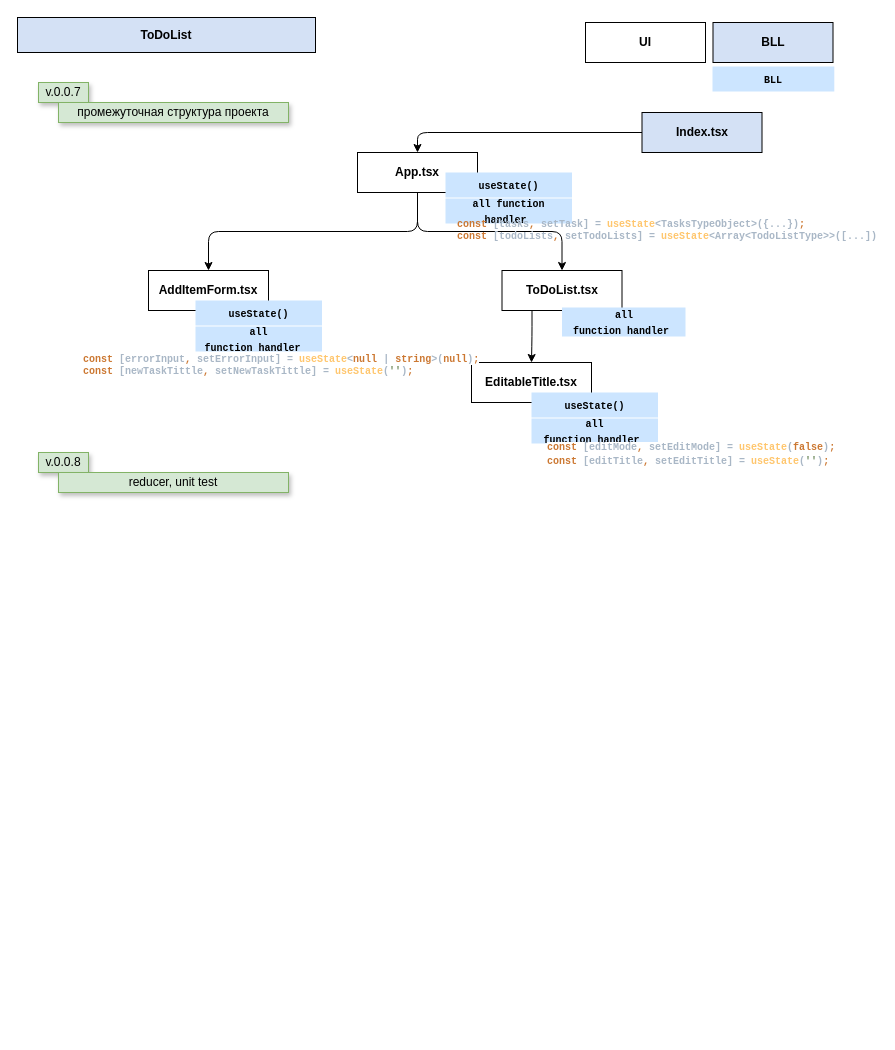
This is ToDoList.drawio from AndrosovMA/ToDoList, a draw.io file, before an edit. Source tidied: cells renumbered, new cells numbered last; positions are measured from the earlier drawing's top-left corner, leaving out a move shared by most shapes. Both pictures are drawn from the tidied source at 100%, with x=0, y=0 at pixel (17, 17).
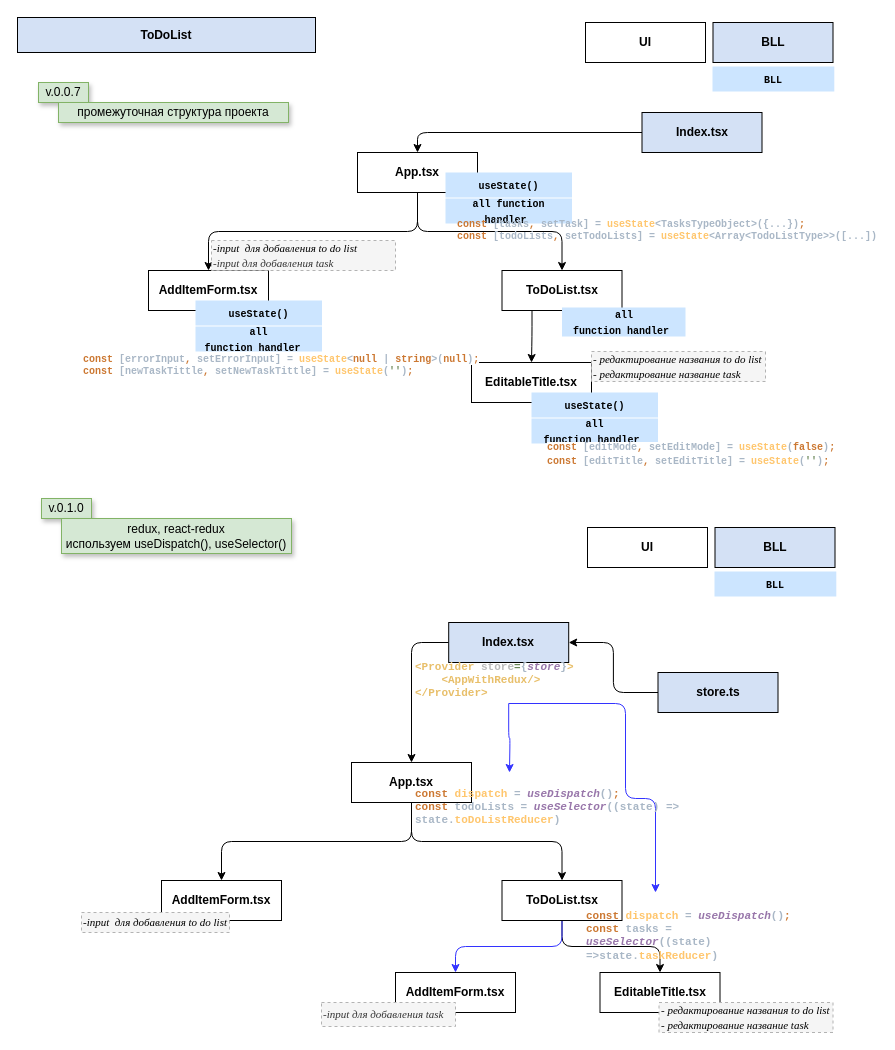
The same page after the edit.

The edit, as a diff of the source:
```diff
@@
-    <mxCell id="28" value="v.0.0.8" style="text;html=1;strokeColor=#82b366;fillColor=#d5e8d4;align=center;verticalAlign=middle;whiteSpace=wrap;rounded=0;glass=0;shadow=1;" parent="1" vertex="1">
-      <mxGeometry x="21" y="435" width="50" height="20" as="geometry" />
+    <mxCell id="28" value="v.0.1.0" style="text;html=1;strokeColor=#82b366;fillColor=#d5e8d4;align=center;verticalAlign=middle;whiteSpace=wrap;rounded=0;glass=0;shadow=1;" parent="1" vertex="1">
+      <mxGeometry x="24" y="481" width="50" height="20" as="geometry" />
     </mxCell>
-    <mxCell id="29" value="reducer, unit test" style="text;html=1;strokeColor=#82b366;fillColor=#D5E8D4;align=center;verticalAlign=middle;whiteSpace=wrap;rounded=0;glass=0;shadow=1;" parent="1" vertex="1">
-      <mxGeometry x="41" y="455" width="230" height="20" as="geometry" />
+    <mxCell id="29" value="redux, react-redux&lt;br&gt;используем useDispatch(), useSelector()" style="text;html=1;strokeColor=#82b366;fillColor=#D5E8D4;align=center;verticalAlign=middle;whiteSpace=wrap;rounded=0;glass=0;shadow=1;" parent="1" vertex="1">
+      <mxGeometry x="44" y="501" width="230" height="35" as="geometry" />
     </mxCell>
@@
+    <mxCell id="33" value="&lt;i style=&quot;font-size: 11px&quot;&gt;&lt;font color=&quot;#000000&quot;&gt;-input&amp;nbsp; для добавления to do list&lt;br&gt;&lt;/font&gt;-input для добавления task&lt;br&gt;&lt;/i&gt;" style="rounded=0;whiteSpace=wrap;html=1;shadow=0;strokeColor=#B3B3B3;fillColor=#f5f5f5;fontColor=#333333;dashed=1;align=left;fontFamily=Times New Roman;fontStyle=0;" parent="1" vertex="1">
+      <mxGeometry x="194" y="223" width="184" height="30" as="geometry" />
+    </mxCell>
+    <mxCell id="34" value="&lt;i style=&quot;font-size: 11px&quot;&gt;&lt;font color=&quot;#000000&quot;&gt;- редактирование названия to do list&lt;br&gt;- редактирование название task&lt;/font&gt;&lt;br&gt;&lt;/i&gt;" style="rounded=0;whiteSpace=wrap;html=1;shadow=0;strokeColor=#B3B3B3;fillColor=#f5f5f5;fontColor=#333333;dashed=1;align=left;fontFamily=Times New Roman;fontStyle=0;" parent="1" vertex="1">
+      <mxGeometry x="574" y="334" width="174" height="30" as="geometry" />
+    </mxCell>
+    <mxCell id="35" style="edgeStyle=orthogonalEdgeStyle;rounded=1;jettySize=auto;html=1;exitX=0.5;exitY=1;exitDx=0;exitDy=0;entryX=0.5;entryY=0;entryDx=0;entryDy=0;" parent="1" edge="1" source="37" target="38">
+      <mxGeometry relative="1" as="geometry" />
+    </mxCell>
+    <mxCell id="36" style="edgeStyle=orthogonalEdgeStyle;rounded=1;jettySize=auto;html=1;exitX=0.5;exitY=1;exitDx=0;exitDy=0;entryX=0.5;entryY=0;entryDx=0;entryDy=0;" parent="1" edge="1" source="37" target="44">
+      <mxGeometry relative="1" as="geometry" />
+    </mxCell>
+    <mxCell id="37" value="&lt;b&gt;App.tsx&lt;/b&gt;" style="rounded=0;whiteSpace=wrap;html=1;fillColor=#FFFFFF;" parent="1" vertex="1">
+      <mxGeometry x="334" y="745" width="120" height="40" as="geometry" />
+    </mxCell>
+    <mxCell id="38" value="&lt;b&gt;AddItemForm.tsx&lt;/b&gt;" style="rounded=0;whiteSpace=wrap;html=1;fillColor=#FFFFFF;" parent="1" vertex="1">
+      <mxGeometry x="144" y="863" width="120" height="40" as="geometry" />
+    </mxCell>
+    <mxCell id="39" value="&lt;b&gt;EditableTitle.tsx&lt;/b&gt;" style="rounded=0;whiteSpace=wrap;html=1;fillColor=#FFFFFF;" parent="1" vertex="1">
+      <mxGeometry x="582.5" y="955" width="120" height="40" as="geometry" />
+    </mxCell>
+    <mxCell id="40" style="edgeStyle=orthogonalEdgeStyle;rounded=1;jettySize=auto;html=1;exitX=0;exitY=0.5;exitDx=0;exitDy=0;entryX=0.5;entryY=0;entryDx=0;entryDy=0;" parent="1" edge="1" source="41" target="37">
+      <mxGeometry relative="1" as="geometry" />
+    </mxCell>
+    <mxCell id="41" value="&lt;b&gt;Index.tsx&lt;/b&gt;" style="rounded=0;whiteSpace=wrap;html=1;fillColor=#D4E1F5;shadow=0;strokeColor=#000000;" parent="1" vertex="1">
+      <mxGeometry x="431.2" y="605" width="120" height="40" as="geometry" />
+    </mxCell>
+    <mxCell id="42" style="edgeStyle=orthogonalEdgeStyle;rounded=1;jettySize=auto;html=1;exitX=0.5;exitY=1;exitDx=0;exitDy=0;entryX=0.5;entryY=0;entryDx=0;entryDy=0;" parent="1" edge="1" source="44" target="39">
+      <mxGeometry relative="1" as="geometry" />
+    </mxCell>
+    <mxCell id="43" style="edgeStyle=orthogonalEdgeStyle;rounded=1;jettySize=auto;html=1;exitX=0.5;exitY=1;exitDx=0;exitDy=0;entryX=0.5;entryY=0;entryDx=0;entryDy=0;fontSize=11;strokeColor=#3333FF;" parent="1" edge="1" source="44" target="57">
+      <mxGeometry relative="1" as="geometry" />
+    </mxCell>
+    <mxCell id="44" value="&lt;b&gt;ToDoList.tsx&lt;/b&gt;" style="rounded=0;whiteSpace=wrap;html=1;fillColor=#FFFFFF;" parent="1" vertex="1">
+      <mxGeometry x="484.5" y="863" width="120" height="40" as="geometry" />
+    </mxCell>
+    <mxCell id="45" value="&lt;b&gt;BLL&lt;/b&gt;" style="rounded=0;whiteSpace=wrap;html=1;fillColor=#D4E1F5;shadow=0;strokeColor=#000000;" parent="1" vertex="1">
+      <mxGeometry x="697.5" y="510" width="120" height="40" as="geometry" />
+    </mxCell>
+    <mxCell id="46" value="&lt;b&gt;UI&lt;/b&gt;" style="rounded=0;whiteSpace=wrap;html=1;fillColor=#FFFFFF;strokeColor=#000000;" parent="1" vertex="1">
+      <mxGeometry x="570" y="510" width="120" height="40" as="geometry" />
+    </mxCell>
+    <mxCell id="47" value="&lt;font face=&quot;jetbrains mono, monospace&quot;&gt;&lt;span style=&quot;font-size: 10px&quot;&gt;&lt;b&gt;BLL&lt;/b&gt;&lt;/span&gt;&lt;/font&gt;" style="rounded=0;whiteSpace=wrap;html=1;shadow=0;strokeColor=none;fillColor=#CCE5FF;" parent="1" vertex="1">
+      <mxGeometry x="697" y="554" width="121.8" height="25" as="geometry" />
+    </mxCell>
+    <mxCell id="48" value="&lt;i style=&quot;font-size: 11px&quot;&gt;&lt;font color=&quot;#000000&quot;&gt;-input&amp;nbsp; для добавления to do list&lt;/font&gt;&lt;br&gt;&lt;/i&gt;" style="rounded=0;whiteSpace=wrap;html=1;shadow=0;strokeColor=#B3B3B3;fillColor=#f5f5f5;fontColor=#333333;dashed=1;align=left;fontFamily=Times New Roman;fontStyle=0;" parent="1" vertex="1">
+      <mxGeometry x="64" y="895" width="148" height="20" as="geometry" />
+    </mxCell>
+    <mxCell id="49" value="&lt;i style=&quot;font-size: 11px&quot;&gt;&lt;font color=&quot;#000000&quot;&gt;- редактирование названия to do list&lt;br&gt;- редактирование название task&lt;/font&gt;&lt;br&gt;&lt;/i&gt;" style="rounded=0;whiteSpace=wrap;html=1;shadow=0;strokeColor=#B3B3B3;fillColor=#f5f5f5;fontColor=#333333;dashed=1;align=left;fontFamily=Times New Roman;fontStyle=0;" parent="1" vertex="1">
+      <mxGeometry x="641.5" y="985" width="174" height="30" as="geometry" />
+    </mxCell>
+    <mxCell id="50" style="edgeStyle=orthogonalEdgeStyle;rounded=1;jettySize=auto;html=1;exitX=0;exitY=0.5;exitDx=0;exitDy=0;entryX=1;entryY=0.5;entryDx=0;entryDy=0;" parent="1" edge="1" source="51" target="41">
+      <mxGeometry relative="1" as="geometry" />
+    </mxCell>
+    <mxCell id="51" value="&lt;b&gt;store.ts&lt;/b&gt;" style="rounded=0;whiteSpace=wrap;html=1;fillColor=#D4E1F5;shadow=0;strokeColor=#000000;" parent="1" vertex="1">
+      <mxGeometry x="640.5" y="655" width="120" height="40" as="geometry" />
+    </mxCell>
+    <mxCell id="52" style="edgeStyle=orthogonalEdgeStyle;rounded=1;jettySize=auto;html=1;exitX=0.5;exitY=1;exitDx=0;exitDy=0;fontSize=11;strokeColor=#3333FF;" parent="1" edge="1" source="54">
+      <mxGeometry relative="1" as="geometry">
+        <mxPoint x="492" y="755" as="targetPoint" />
+      </mxGeometry>
+    </mxCell>
+    <mxCell id="53" style="edgeStyle=orthogonalEdgeStyle;rounded=1;jettySize=auto;html=1;exitX=0.5;exitY=1;exitDx=0;exitDy=0;fontSize=11;strokeColor=#3333FF;" parent="1" edge="1" source="54" target="56">
+      <mxGeometry relative="1" as="geometry">
+        <Array as="points">
+          <mxPoint x="608" y="686" />
+          <mxPoint x="608" y="781" />
+          <mxPoint x="638" y="781" />
+        </Array>
+      </mxGeometry>
+    </mxCell>
+    <mxCell id="54" value="&lt;pre style=&quot;color: rgb(169 , 183 , 198) ; font-family: &amp;#34;jetbrains mono&amp;#34; , monospace ; font-size: 11px&quot;&gt;&lt;b&gt;&lt;span style=&quot;color: rgb(232 , 191 , 106)&quot;&gt;&amp;lt;Provider &lt;/span&gt;&lt;span style=&quot;color: rgb(186 , 186 , 186)&quot;&gt;store&lt;/span&gt;&lt;span style=&quot;color: rgb(106 , 135 , 89)&quot;&gt;=&lt;/span&gt;{&lt;span style=&quot;color: rgb(152 , 118 , 170) ; font-style: italic&quot;&gt;store&lt;/span&gt;}&lt;span style=&quot;color: rgb(232 , 191 , 106)&quot;&gt;&amp;gt;&lt;br&gt;&lt;/span&gt;&lt;span style=&quot;color: rgb(232 , 191 , 106)&quot;&gt;    &amp;lt;AppWithRedux/&amp;gt;&lt;br&gt;&lt;/span&gt;&lt;span style=&quot;color: rgb(232 , 191 , 106)&quot;&gt;&amp;lt;/Provider&amp;gt;&lt;/span&gt;&lt;/b&gt;&lt;/pre&gt;" style="text;whiteSpace=wrap;html=1;" parent="1" vertex="1">
+      <mxGeometry x="396.2" y="626" width="190" height="60" as="geometry" />
+    </mxCell>
+    <mxCell id="55" value="&lt;pre style=&quot;color: rgb(169 , 183 , 198) ; font-family: &amp;#34;jetbrains mono&amp;#34; , monospace&quot;&gt;&lt;b&gt;&lt;span style=&quot;color: rgb(204 , 120 , 50)&quot;&gt;const &lt;/span&gt;&lt;span style=&quot;color: rgb(255 , 198 , 109)&quot;&gt;dispatch &lt;/span&gt;= &lt;span style=&quot;color: rgb(152 , 118 , 170) ; font-style: italic&quot;&gt;useDispatch&lt;/span&gt;()&lt;span style=&quot;color: rgb(204 , 120 , 50)&quot;&gt;;&lt;br&gt;&lt;/span&gt;&lt;span style=&quot;color: rgb(204 , 120 , 50)&quot;&gt;const &lt;/span&gt;todoLists = &lt;span style=&quot;color: rgb(152 , 118 , 170) ; font-style: italic&quot;&gt;useSelector&lt;/span&gt;((state) &lt;/b&gt;&lt;b style=&quot;white-space: normal&quot;&gt;=&amp;gt; state.&lt;span style=&quot;color: rgb(255 , 198 , 109)&quot;&gt;toDoListReducer&lt;/span&gt;)&lt;/b&gt;&lt;/pre&gt;" style="text;whiteSpace=wrap;html=1;fontSize=11;" parent="1" vertex="1">
+      <mxGeometry x="396.2" y="753" width="381.8" height="40" as="geometry" />
+    </mxCell>
+    <mxCell id="56" value="&lt;pre style=&quot;color: rgb(169 , 183 , 198) ; font-family: &amp;#34;jetbrains mono&amp;#34; , monospace&quot;&gt;&lt;b&gt;&lt;span style=&quot;color: rgb(204 , 120 , 50)&quot;&gt;const &lt;/span&gt;&lt;span style=&quot;color: rgb(255 , 198 , 109)&quot;&gt;dispatch &lt;/span&gt;= &lt;span style=&quot;color: rgb(152 , 118 , 170) ; font-style: italic&quot;&gt;useDispatch&lt;/span&gt;()&lt;span style=&quot;color: rgb(204 , 120 , 50)&quot;&gt;;&lt;br&gt;&lt;div style=&quot;direction: rtl&quot;&gt;&lt;b style=&quot;color: rgb(169 , 183 , 198) ; white-space: normal&quot;&gt;&lt;span style=&quot;color: rgb(204 , 120 , 50)&quot;&gt;const &lt;/span&gt;tasks = &lt;span style=&quot;color: rgb(152 , 118 , 170) ; font-style: italic&quot;&gt;useSelector&lt;/span&gt;((state) &lt;/b&gt;&lt;b style=&quot;color: rgb(169 , 183 , 198) ; white-space: normal&quot;&gt;=&amp;gt;&lt;/b&gt;&lt;b style=&quot;color: rgb(169 , 183 , 198) ; white-space: normal&quot;&gt;state.&lt;span style=&quot;color: rgb(255 , 198 , 109)&quot;&gt;taskReducer&lt;/span&gt;)&lt;/b&gt;&lt;/div&gt;&lt;/span&gt;&lt;/b&gt;&lt;/pre&gt;" style="text;whiteSpace=wrap;html=1;fontSize=11;" parent="1" vertex="1">
+      <mxGeometry x="567" y="875" width="210" height="70" as="geometry" />
+    </mxCell>
+    <mxCell id="57" value="&lt;b&gt;AddItemForm.tsx&lt;/b&gt;" style="rounded=0;whiteSpace=wrap;html=1;fillColor=#FFFFFF;" parent="1" vertex="1">
+      <mxGeometry x="378" y="955" width="120" height="40" as="geometry" />
+    </mxCell>
+    <mxCell id="58" value="&lt;i style=&quot;font-size: 11px&quot;&gt;-input для добавления task&lt;br&gt;&lt;/i&gt;" style="rounded=0;whiteSpace=wrap;html=1;shadow=0;strokeColor=#B3B3B3;fillColor=#f5f5f5;fontColor=#333333;dashed=1;align=left;fontFamily=Times New Roman;fontStyle=0;" parent="1" vertex="1">
+      <mxGeometry x="304" y="985" width="134" height="24" as="geometry" />
+    </mxCell>
```
